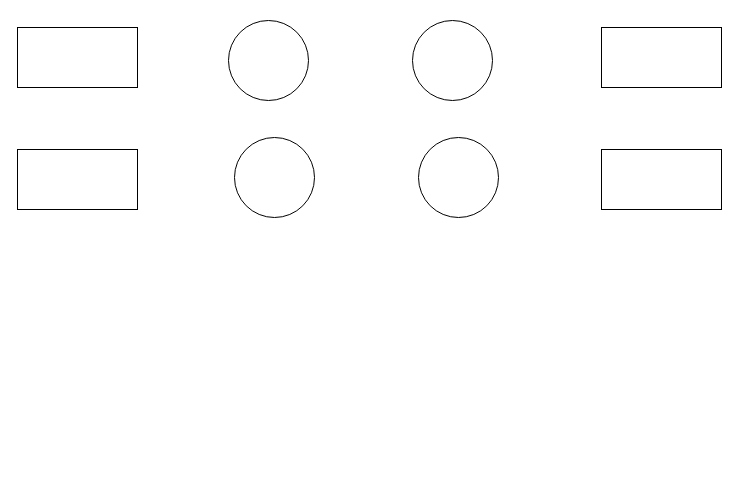
Above: Untitled Diagram.drawio in NorthQF/EddieFlowchart (draw.io), before the change. Source tidied: cells renumbered, new cells numbered last; positions are measured from the earlier drawing's top-left corner, leaving out a move shared by most shapes. Both pictures are drawn from the tidied source at 100%, with x=0, y=0 at pixel (17, 20).
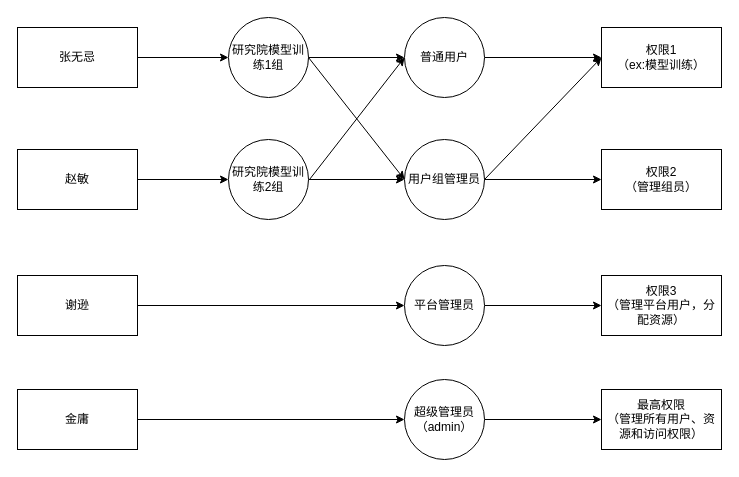
After the change.

Diff of the diagram source:
```diff
@@
+    <mxCell id="10" style="edgeStyle=orthogonalEdgeStyle;rounded=0;jettySize=auto;html=1;exitX=1;exitY=0.5;exitDx=0;exitDy=0;" parent="1" edge="1" source="2" target="3">
+      <mxGeometry relative="1" as="geometry" />
+    </mxCell>
-    <mxCell id="2" style="rounded=0;whiteSpace=wrap;html=1;" parent="1" vertex="1">
+    <mxCell id="2" value="张无忌" style="rounded=0;whiteSpace=wrap;html=1;" parent="1" vertex="1">
       <mxGeometry y="7" width="120" height="60" as="geometry" />
     </mxCell>
+    <mxCell id="11" style="edgeStyle=orthogonalEdgeStyle;rounded=0;jettySize=auto;html=1;fontSize=10;" parent="1" edge="1" source="3" target="16">
+      <mxGeometry relative="1" as="geometry" />
+    </mxCell>
-    <mxCell id="3" style="ellipse;whiteSpace=wrap;html=1;" parent="1" vertex="1">
-      <mxGeometry x="211" width="80" height="80" as="geometry" />
+    <mxCell id="3" value="研究院模型训练1组" style="ellipse;whiteSpace=wrap;html=1;" parent="1" vertex="1">
+      <mxGeometry x="211" y="-3" width="80" height="80" as="geometry" />
     </mxCell>
+    <mxCell id="12" style="edgeStyle=orthogonalEdgeStyle;rounded=0;jettySize=auto;html=1;fontSize=10;" parent="1" edge="1" source="4" target="6">
+      <mxGeometry relative="1" as="geometry" />
+    </mxCell>
-    <mxCell id="4" style="ellipse;whiteSpace=wrap;html=1;" parent="1" vertex="1">
-      <mxGeometry x="217" y="117" width="80" height="80" as="geometry" />
+    <mxCell id="4" value="研究院模型训练2组" style="ellipse;whiteSpace=wrap;html=1;" parent="1" vertex="1">
+      <mxGeometry x="211" y="119" width="80" height="80" as="geometry" />
     </mxCell>
-    <mxCell id="5" style="ellipse;whiteSpace=wrap;html=1;" parent="1" vertex="1">
-      <mxGeometry x="395" width="80" height="80" as="geometry" />
-    </mxCell>
+    <mxCell id="13" style="edgeStyle=orthogonalEdgeStyle;rounded=0;jettySize=auto;html=1;fontSize=10;" parent="1" edge="1" source="6" target="8">
+      <mxGeometry relative="1" as="geometry" />
+    </mxCell>
-    <mxCell id="6" style="ellipse;whiteSpace=wrap;html=1;" parent="1" vertex="1">
-      <mxGeometry x="401" y="117" width="80" height="80" as="geometry" />
+    <mxCell id="6" value="用户组管理员" style="ellipse;whiteSpace=wrap;html=1;" parent="1" vertex="1">
+      <mxGeometry x="387" y="119" width="80" height="80" as="geometry" />
     </mxCell>
+    <mxCell id="14" style="edgeStyle=orthogonalEdgeStyle;rounded=0;jettySize=auto;html=1;" parent="1" edge="1" source="7" target="4">
+      <mxGeometry relative="1" as="geometry" />
+    </mxCell>
-    <mxCell id="7" style="rounded=0;whiteSpace=wrap;html=1;" parent="1" vertex="1">
+    <mxCell id="7" value="赵敏" style="rounded=0;whiteSpace=wrap;html=1;" parent="1" vertex="1">
       <mxGeometry y="129" width="120" height="60" as="geometry" />
     </mxCell>
-    <mxCell id="8" style="rounded=0;whiteSpace=wrap;html=1;" parent="1" vertex="1">
+    <mxCell id="8" value="权限2&lt;br&gt;（管理组员）" style="rounded=0;whiteSpace=wrap;html=1;" parent="1" vertex="1">
       <mxGeometry x="584" y="129" width="120" height="60" as="geometry" />
     </mxCell>
-    <mxCell id="9" style="rounded=0;whiteSpace=wrap;html=1;" parent="1" vertex="1">
+    <mxCell id="9" value="权限1&lt;br&gt;（ex:模型训练）" style="rounded=0;whiteSpace=wrap;html=1;" parent="1" vertex="1">
       <mxGeometry x="584" y="7" width="120" height="60" as="geometry" />
     </mxCell>
+    <mxCell id="15" style="edgeStyle=orthogonalEdgeStyle;rounded=0;jettySize=auto;html=1;" parent="1" edge="1" source="16" target="9">
+      <mxGeometry relative="1" as="geometry" />
+    </mxCell>
+    <mxCell id="16" value="普通用户" style="ellipse;whiteSpace=wrap;html=1;" parent="1" vertex="1">
+      <mxGeometry x="387" y="-3" width="80" height="80" as="geometry" />
+    </mxCell>
+    <mxCell id="17" style="edgeStyle=orthogonalEdgeStyle;rounded=0;jettySize=auto;html=1;fontSize=10;" parent="1" edge="1" source="18" target="21">
+      <mxGeometry relative="1" as="geometry" />
+    </mxCell>
+    <mxCell id="18" value="平台管理员" style="ellipse;whiteSpace=wrap;html=1;" parent="1" vertex="1">
+      <mxGeometry x="387" y="245" width="80" height="80" as="geometry" />
+    </mxCell>
+    <mxCell id="19" style="edgeStyle=orthogonalEdgeStyle;rounded=0;jettySize=auto;html=1;entryX=0;entryY=0.5;entryDx=0;entryDy=0;" parent="1" edge="1" source="20" target="18">
+      <mxGeometry relative="1" as="geometry" />
+    </mxCell>
+    <mxCell id="20" value="谢逊" style="rounded=0;whiteSpace=wrap;html=1;" parent="1" vertex="1">
+      <mxGeometry y="255" width="120" height="60" as="geometry" />
+    </mxCell>
+    <mxCell id="21" value="权限3&lt;br&gt;（管理平台用户，分配资源）" style="rounded=0;whiteSpace=wrap;html=1;" parent="1" vertex="1">
+      <mxGeometry x="584" y="255" width="120" height="60" as="geometry" />
+    </mxCell>
+    <mxCell id="22" style="edgeStyle=orthogonalEdgeStyle;rounded=0;jettySize=auto;html=1;fontSize=10;" parent="1" edge="1" source="23" target="26">
+      <mxGeometry relative="1" as="geometry" />
+    </mxCell>
+    <mxCell id="23" value="超级管理员（admin）" style="ellipse;whiteSpace=wrap;html=1;" parent="1" vertex="1">
+      <mxGeometry x="387" y="359" width="80" height="80" as="geometry" />
+    </mxCell>
+    <mxCell id="24" style="edgeStyle=orthogonalEdgeStyle;rounded=0;jettySize=auto;html=1;entryX=0;entryY=0.5;entryDx=0;entryDy=0;" parent="1" edge="1" source="25" target="23">
+      <mxGeometry relative="1" as="geometry" />
+    </mxCell>
+    <mxCell id="25" value="金庸" style="rounded=0;whiteSpace=wrap;html=1;" parent="1" vertex="1">
+      <mxGeometry y="369" width="120" height="60" as="geometry" />
+    </mxCell>
+    <mxCell id="26" value="最高权限&lt;br&gt;（管理所有用户、资源和访问权限）" style="rounded=0;whiteSpace=wrap;html=1;" parent="1" vertex="1">
+      <mxGeometry x="584" y="369" width="120" height="60" as="geometry" />
+    </mxCell>
+    <mxCell id="27" style="endArrow=classic;html=1;rounded=0;fontSize=10;entryX=0;entryY=0.5;entryDx=0;entryDy=0;" parent="1" edge="1" target="16">
+      <mxGeometry relative="1" as="geometry">
+        <mxPoint x="292" y="159" as="sourcePoint" />
+      </mxGeometry>
+    </mxCell>
+    <mxCell id="28" style="endArrow=classic;html=1;rounded=0;fontSize=10;exitX=1;exitY=0.5;exitDx=0;exitDy=0;entryX=0;entryY=0.5;entryDx=0;entryDy=0;" parent="1" edge="1" source="3" target="6">
+      <mxGeometry relative="1" as="geometry" />
+    </mxCell>
+    <mxCell id="29" style="endArrow=classic;html=1;rounded=0;fontSize=10;entryX=0;entryY=0.5;entryDx=0;entryDy=0;exitX=1;exitY=0.5;exitDx=0;exitDy=0;" parent="1" edge="1" source="6" target="9">
+      <mxGeometry relative="1" as="geometry" />
+    </mxCell>
```
